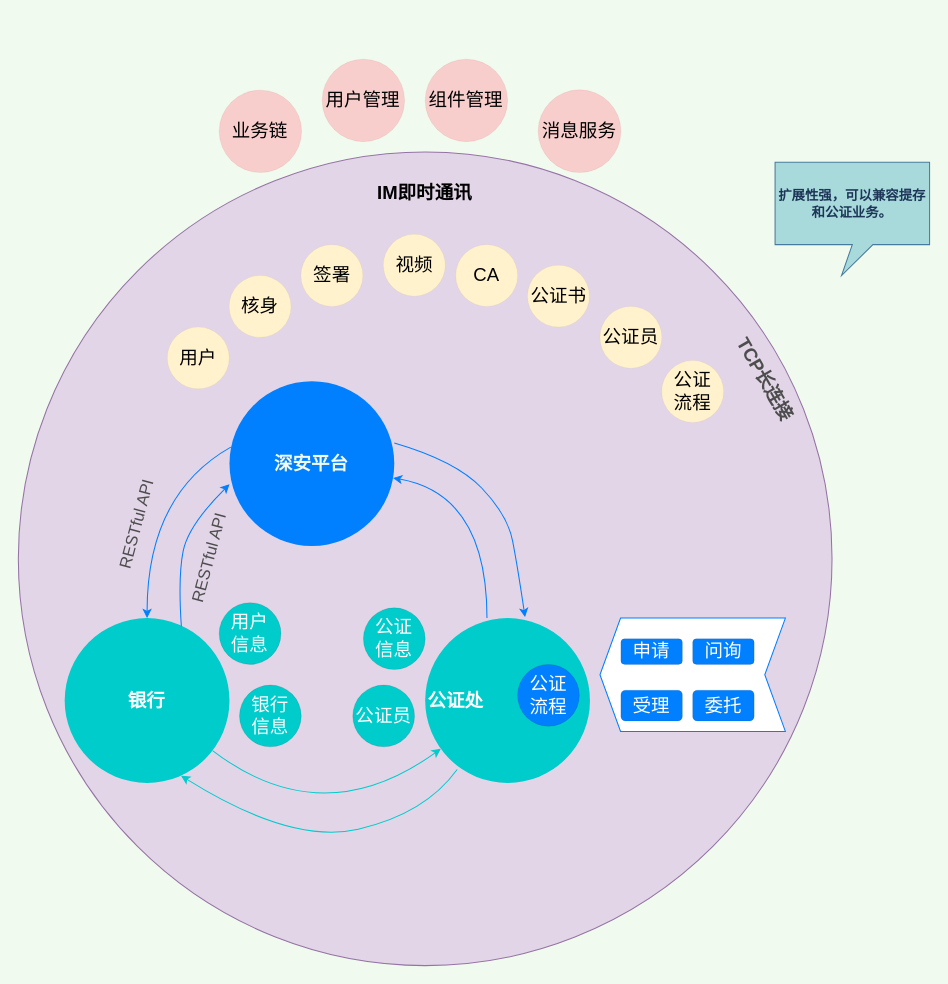
Above: page "完善赋强讨论" (2 of 2) of 赋强创新思路.drawio in wuyongfeng/wuyongfeng (draw.io), before the change. Source tidied: cells renumbered, new cells numbered last; positions are measured from the earlier drawing's top-left corner, leaving out a move shared by most shapes. Both pictures are drawn from the tidied source at 103%, with x=0, y=0 at pixel (18, 59).
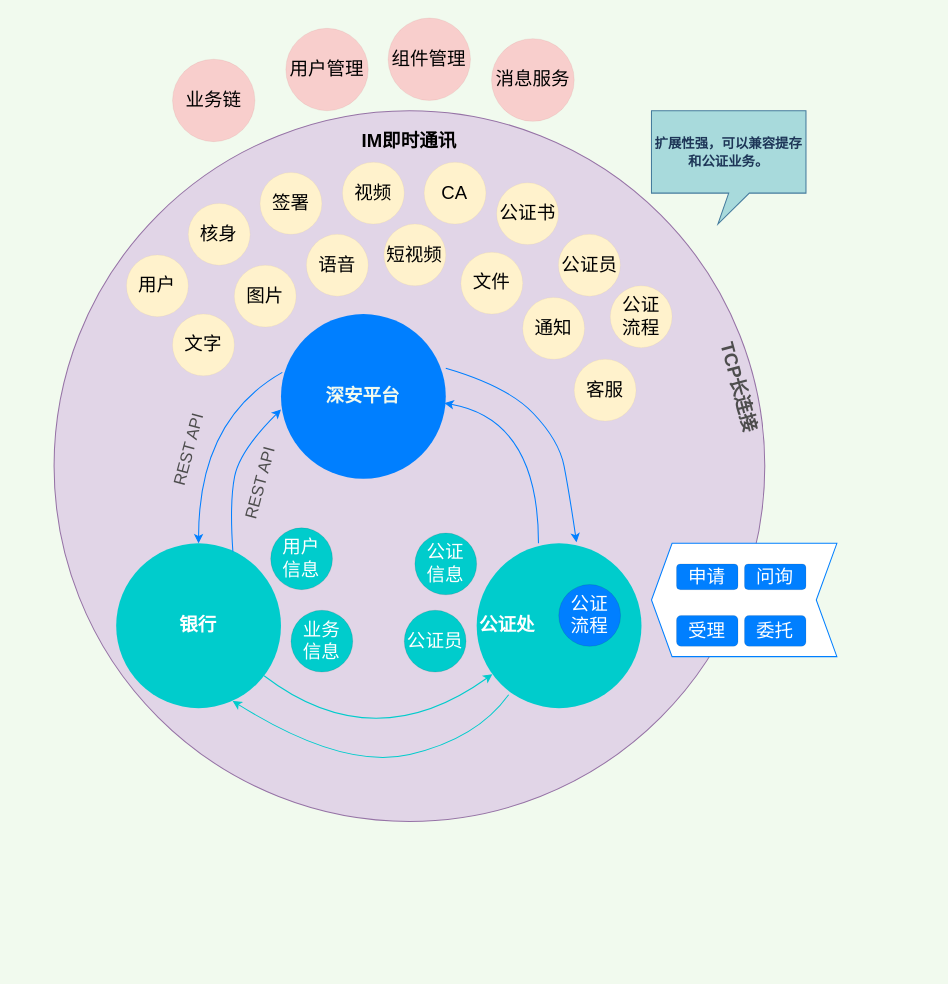
Above is the later version.

Diff of the diagram source:
```diff
@@
     <mxCell id="2" style="ellipse;whiteSpace=wrap;html=1;shadow=0;labelBackgroundColor=none;sketch=0;fontSize=18;strokeWidth=1;strokeColor=#9673a6;fillColor=#e1d5e7;" parent="1" vertex="1">
-      <mxGeometry x="0.3" y="90" width="790" height="790" as="geometry" />
+      <mxGeometry x="35" y="50" width="690" height="690" as="geometry" />
     </mxCell>
     <mxCell id="3" style="ellipse;whiteSpace=wrap;html=1;fillColor=#00CCCC;fontColor=#FFFFFF;strokeColor=none;fontStyle=1;fontSize=18;" parent="1" vertex="1">
-      <mxGeometry x="395.3" y="542.6" width="160" height="160" as="geometry" />
+      <mxGeometry x="445.3" y="470" width="160" height="160" as="geometry" />
     </mxCell>
     <mxCell id="4" value="深安平台" style="ellipse;whiteSpace=wrap;html=1;fillColor=#007FFF;fontColor=#F1FAEE;strokeColor=none;fontStyle=1;fontSize=18;" parent="1" vertex="1">
-      <mxGeometry x="205.3" y="312.6" width="160" height="160" as="geometry" />
+      <mxGeometry x="255.3" y="247.4" width="160" height="160" as="geometry" />
     </mxCell>
     <mxCell id="5" value="银行" style="ellipse;whiteSpace=wrap;html=1;fillColor=#00CCCC;fontColor=#FFFFFF;strokeColor=none;fontStyle=1;fontSize=18;strokeWidth=0;gradientColor=none;shadow=0;sketch=0;" parent="1" vertex="1">
-      <mxGeometry x="45.3" y="542.6" width="160" height="160" as="geometry" />
+      <mxGeometry x="95.3" y="470" width="160" height="160" as="geometry" />
     </mxCell>
-    <mxCell id="6" style="curved=1;endArrow=classic;html=1;fontSize=18;fontColor=#FFFFFF;entryX=0.5;entryY=0;entryDx=0;entryDy=0;exitX=0.008;exitY=0.4;exitDx=0;exitDy=0;exitPerimeter=0;strokeColor=#007FFF;" parent="1" edge="1" source="4" target="5">
+    <mxCell id="6" style="curved=1;endArrow=classic;html=1;fontSize=18;fontColor=#FFFFFF;entryX=0.5;entryY=0;entryDx=0;entryDy=0;exitX=0.008;exitY=0.4;exitDx=0;exitDy=0;exitPerimeter=0;strokeColor=#007FFF;" parent="1" edge="1" target="5">
       <mxGeometry relative="1" as="geometry">
+        <mxPoint x="256.6" y="304" as="sourcePoint" />
         <Array as="points">
-          <mxPoint x="125.3" y="422.6" />
+          <mxPoint x="175.3" y="350" />
         </Array>
       </mxGeometry>
     </mxCell>
-    <mxCell id="7" style="curved=1;endArrow=classic;html=1;fontSize=18;fontColor=#FFFFFF;entryX=0;entryY=0.625;entryDx=0;entryDy=0;entryPerimeter=0;exitX=0.708;exitY=0.05;exitDx=0;exitDy=0;exitPerimeter=0;strokeColor=#007FFF;" parent="1" edge="1" source="5" target="4">
+    <mxCell id="7" style="curved=1;endArrow=classic;html=1;fontSize=18;fontColor=#FFFFFF;entryX=0;entryY=0.625;entryDx=0;entryDy=0;entryPerimeter=0;exitX=0.708;exitY=0.05;exitDx=0;exitDy=0;exitPerimeter=0;strokeColor=#007FFF;" parent="1" edge="1" source="5">
       <mxGeometry relative="1" as="geometry">
+        <mxPoint x="255.3" y="340" as="targetPoint" />
         <Array as="points">
-          <mxPoint x="155.3" y="502.6" />
-          <mxPoint x="165.3" y="452.6" />
+          <mxPoint x="205.3" y="430" />
+          <mxPoint x="215.3" y="380" />
         </Array>
       </mxGeometry>
     </mxCell>
     <mxCell id="8" style="curved=1;endArrow=classic;html=1;fontFamily=Helvetica;fontSize=18;fontColor=#FFFFFF;align=center;strokeColor=#00CCCC;" parent="1" edge="1" source="5" target="3">
       <mxGeometry relative="1" as="geometry">
         <Array as="points">
-          <mxPoint x="295.3" y="752.6" />
+          <mxPoint x="345.3" y="680" />
         </Array>
       </mxGeometry>
     </mxCell>
     <mxCell id="9" style="curved=1;endArrow=classic;html=1;fontSize=18;fontColor=#FFFFFF;entryX=0.706;entryY=0.956;entryDx=0;entryDy=0;entryPerimeter=0;exitX=0.194;exitY=0.919;exitDx=0;exitDy=0;exitPerimeter=0;strokeColor=#00CCCC;" parent="1" edge="1" source="3" target="5">
       <mxGeometry relative="1" as="geometry">
         <Array as="points">
-          <mxPoint x="395.3" y="732.6" />
-          <mxPoint x="265.3" y="762.6" />
+          <mxPoint x="445.3" y="660" />
+          <mxPoint x="315.3" y="690" />
         </Array>
       </mxGeometry>
     </mxCell>
-    <mxCell id="10" style="curved=1;endArrow=classic;html=1;fontSize=18;fontColor=#FFFFFF;strokeColor=#007FFF;" parent="1" edge="1" target="4">
+    <mxCell id="10" style="curved=1;endArrow=classic;html=1;fontSize=18;fontColor=#FFFFFF;strokeColor=#007FFF;" parent="1" edge="1">
       <mxGeometry relative="1" as="geometry">
-        <mxPoint x="455.3" y="542.6" as="sourcePoint" />
+        <mxPoint x="505.3" y="470" as="sourcePoint" />
+        <mxPoint x="414.1" y="333.9" as="targetPoint" />
         <Array as="points">
-          <mxPoint x="455.3" y="422.6" />
+          <mxPoint x="505.3" y="350" />
         </Array>
       </mxGeometry>
     </mxCell>
-    <mxCell id="11" style="curved=1;endArrow=classic;html=1;fontSize=18;fontColor=#FFFFFF;exitX=1;exitY=0.375;exitDx=0;exitDy=0;exitPerimeter=0;entryX=0.606;entryY=-0.006;entryDx=0;entryDy=0;entryPerimeter=0;strokeColor=#007FFF;" parent="1" edge="1" source="4" target="3">
+    <mxCell id="11" style="curved=1;endArrow=classic;html=1;fontSize=18;fontColor=#FFFFFF;exitX=1;exitY=0.375;exitDx=0;exitDy=0;exitPerimeter=0;entryX=0.606;entryY=-0.006;entryDx=0;entryDy=0;entryPerimeter=0;strokeColor=#007FFF;" parent="1" edge="1" target="3">
       <mxGeometry relative="1" as="geometry">
+        <mxPoint x="415.3" y="300" as="sourcePoint" />
         <Array as="points">
-          <mxPoint x="425" y="390" />
-          <mxPoint x="475.3" y="442.6" />
-          <mxPoint x="485" y="492.6" />
+          <mxPoint x="475" y="317.4" />
+          <mxPoint x="525.3" y="370" />
+          <mxPoint x="535" y="420" />
         </Array>
       </mxGeometry>
     </mxCell>
     <mxCell id="12" value="公证&lt;br&gt;流程" style="ellipse;whiteSpace=wrap;html=1;shadow=0;sketch=0;fontSize=18;strokeWidth=0;fillColor=#fff2cc;strokeColor=#d6b656;" parent="1" vertex="1">
-      <mxGeometry x="625" y="292.6" width="60" height="60" as="geometry" />
+      <mxGeometry x="575" y="220" width="60" height="60" as="geometry" />
     </mxCell>
     <mxCell id="13" value="&lt;span style=&quot;font-weight: 700&quot;&gt;公证处&lt;/span&gt;" style="text;html=1;strokeColor=none;fillColor=none;align=center;verticalAlign=middle;whiteSpace=wrap;rounded=0;shadow=0;sketch=0;fontSize=18;fontColor=#FFFFFF;" parent="1" vertex="1">
-      <mxGeometry x="395.3" y="607.6" width="60" height="30" as="geometry" />
+      <mxGeometry x="445.3" y="535" width="60" height="30" as="geometry" />
     </mxCell>
-    <mxCell id="14" style="shape=step;perimeter=stepPerimeter;whiteSpace=wrap;html=1;fixedSize=1;shadow=0;sketch=0;fontSize=18;strokeWidth=1;direction=west;size=20;strokeColor=#007FFF;" parent="1" vertex="1">
-      <mxGeometry x="565" y="542.6" width="180" height="110" as="geometry" />
+    <mxCell id="14" style="shape=step;perimeter=stepPerimeter;whiteSpace=wrap;html=1;fixedSize=1;shadow=0;sketch=0;fontSize=18;strokeWidth=1;direction=west;size=20;strokeColor=#007FFF;rotation=0;" parent="1" vertex="1">
+      <mxGeometry x="615" y="470" width="180" height="110" as="geometry" />
     </mxCell>
     <mxCell id="15" value="委托" style="rounded=1;whiteSpace=wrap;html=1;shadow=0;sketch=0;fontSize=18;fontColor=#FFFFFF;strokeColor=default;strokeWidth=0;fillColor=#007FFF;gradientColor=none;" parent="1" vertex="1">
-      <mxGeometry x="655" y="612.6" width="59.7" height="30" as="geometry" />
+      <mxGeometry x="705.3" y="540" width="59.7" height="30" as="geometry" />
     </mxCell>
     <mxCell id="16" value="受理" style="rounded=1;whiteSpace=wrap;html=1;shadow=0;sketch=0;fontSize=18;fontColor=#FFFFFF;strokeColor=default;strokeWidth=0;fillColor=#007FFF;gradientColor=none;" parent="1" vertex="1">
-      <mxGeometry x="585.3" y="612.6" width="59.7" height="30" as="geometry" />
+      <mxGeometry x="639.3" y="540" width="59.7" height="30" as="geometry" />
     </mxCell>
     <mxCell id="17" value="问询" style="rounded=1;whiteSpace=wrap;html=1;shadow=0;sketch=0;fontSize=18;fontColor=#FFFFFF;strokeColor=default;strokeWidth=0;fillColor=#007FFF;gradientColor=none;" parent="1" vertex="1">
-      <mxGeometry x="655" y="562.6" width="59.7" height="25" as="geometry" />
+      <mxGeometry x="705.3" y="490" width="59.7" height="25" as="geometry" />
     </mxCell>
     <mxCell id="18" value="申请" style="rounded=1;whiteSpace=wrap;html=1;shadow=0;sketch=0;fontSize=18;fontColor=#FFFFFF;strokeColor=default;strokeWidth=0;fillColor=#007FFF;gradientColor=none;" parent="1" vertex="1">
-      <mxGeometry x="585.3" y="562.6" width="59.7" height="25" as="geometry" />
+      <mxGeometry x="639.3" y="490" width="59.7" height="25" as="geometry" />
     </mxCell>
     <mxCell id="19" value="公证&lt;br&gt;信息" style="ellipse;whiteSpace=wrap;html=1;shadow=0;sketch=0;fontSize=18;fontColor=#FFFFFF;strokeColor=default;strokeWidth=0;fillColor=#00CCCC;gradientColor=none;" parent="1" vertex="1">
-      <mxGeometry x="335.3" y="532.6" width="60" height="60" as="geometry" />
+      <mxGeometry x="385.3" y="460" width="60" height="60" as="geometry" />
     </mxCell>
     <mxCell id="20" value="公证员" style="ellipse;whiteSpace=wrap;html=1;shadow=0;sketch=0;fontSize=18;strokeWidth=0;fillColor=#fff2cc;strokeColor=#d6b656;" parent="1" vertex="1">
-      <mxGeometry x="565" y="240" width="60" height="60" as="geometry" />
+      <mxGeometry x="524.7" y="170" width="60" height="60" as="geometry" />
     </mxCell>
-    <mxCell id="21" value="&lt;span style=&quot;color: rgb(77, 77, 77); font-size: 16px;&quot;&gt;RESTful API&lt;/span&gt;" style="text;html=1;strokeColor=none;fillColor=none;align=center;verticalAlign=middle;whiteSpace=wrap;rounded=0;shadow=0;sketch=0;fontSize=18;rotation=-75;labelBackgroundColor=none;" parent="1" vertex="1">
-      <mxGeometry x="105" y="472.6" width="160.3" height="22.6" as="geometry" />
+    <mxCell id="21" value="&lt;span style=&quot;color: rgb(77 , 77 , 77) ; font-size: 16px&quot;&gt;REST API&lt;/span&gt;" style="text;html=1;strokeColor=none;fillColor=none;align=center;verticalAlign=middle;whiteSpace=wrap;rounded=0;shadow=0;sketch=0;fontSize=18;rotation=-75;labelBackgroundColor=none;" parent="1" vertex="1">
+      <mxGeometry x="155" y="400" width="160.3" height="22.6" as="geometry" />
     </mxCell>
-    <mxCell id="22" value="&lt;span style=&quot;color: rgb(77, 77, 77); font-size: 16px;&quot;&gt;RESTful API&lt;/span&gt;" style="text;html=1;strokeColor=none;fillColor=none;align=center;verticalAlign=middle;whiteSpace=wrap;rounded=0;shadow=0;sketch=0;fontSize=18;rotation=-75;labelBackgroundColor=none;" parent="1" vertex="1">
-      <mxGeometry x="35" y="440" width="160.3" height="22.6" as="geometry" />
+    <mxCell id="22" value="&lt;span style=&quot;color: rgb(77 , 77 , 77) ; font-size: 16px&quot;&gt;REST API&lt;/span&gt;" style="text;html=1;strokeColor=none;fillColor=none;align=center;verticalAlign=middle;whiteSpace=wrap;rounded=0;shadow=0;sketch=0;fontSize=18;rotation=-75;labelBackgroundColor=none;" parent="1" vertex="1">
+      <mxGeometry x="85" y="367.4" width="160.3" height="22.6" as="geometry" />
     </mxCell>
-    <mxCell id="23" value="银行&lt;br&gt;信息" style="ellipse;whiteSpace=wrap;html=1;shadow=0;sketch=0;fontSize=18;fontColor=#FFFFFF;strokeColor=default;strokeWidth=0;fillColor=#00CCCC;gradientColor=none;" parent="1" vertex="1">
-      <mxGeometry x="215" y="607.6" width="60" height="60" as="geometry" />
+    <mxCell id="23" value="业务&lt;br&gt;信息" style="ellipse;whiteSpace=wrap;html=1;shadow=0;sketch=0;fontSize=18;fontColor=#FFFFFF;strokeColor=default;strokeWidth=0;fillColor=#00CCCC;gradientColor=none;" parent="1" vertex="1">
+      <mxGeometry x="265" y="535" width="60" height="60" as="geometry" />
     </mxCell>
     <mxCell id="24" value="IM即时通讯" style="text;html=1;strokeColor=none;fillColor=none;align=center;verticalAlign=middle;whiteSpace=wrap;rounded=0;shadow=0;labelBackgroundColor=none;sketch=0;fontSize=18;fontColor=#000000;fontStyle=1;" parent="1" vertex="1">
-      <mxGeometry x="345" y="110" width="100" height="40" as="geometry" />
+      <mxGeometry x="330" y="60" width="100" height="40" as="geometry" />
     </mxCell>
     <mxCell id="25" value="公证&lt;br&gt;流程" style="ellipse;whiteSpace=wrap;html=1;shadow=0;sketch=0;fontSize=18;fontColor=#FFFFFF;strokeColor=default;strokeWidth=0;fillColor=#007FFF;gradientColor=none;" parent="1" vertex="1">
-      <mxGeometry x="485" y="587.6" width="60" height="60" as="geometry" />
+      <mxGeometry x="525" y="510" width="60" height="60" as="geometry" />
     </mxCell>
     <mxCell id="26" value="用户&lt;br&gt;信息" style="ellipse;whiteSpace=wrap;html=1;shadow=0;sketch=0;fontSize=18;fontColor=#FFFFFF;strokeColor=default;strokeWidth=0;fillColor=#00CCCC;gradientColor=none;" parent="1" vertex="1">
-      <mxGeometry x="195.3" y="527.6" width="60" height="60" as="geometry" />
+      <mxGeometry x="245.3" y="455" width="60" height="60" as="geometry" />
     </mxCell>
     <mxCell id="27" value="公证员" style="ellipse;whiteSpace=wrap;html=1;shadow=0;sketch=0;fontSize=18;fontColor=#FFFFFF;strokeColor=default;strokeWidth=0;fillColor=#00CCCC;gradientColor=none;" parent="1" vertex="1">
-      <mxGeometry x="325" y="607.6" width="60" height="60" as="geometry" />
+      <mxGeometry x="375" y="535" width="60" height="60" as="geometry" />
     </mxCell>
     <mxCell id="28" value="组件管理" style="ellipse;whiteSpace=wrap;html=1;shadow=0;sketch=0;fontSize=18;strokeColor=#b85450;strokeWidth=0;fillColor=#f8cecc;" parent="1" vertex="1">
-      <mxGeometry x="395.3" width="80" height="80" as="geometry" />
+      <mxGeometry x="359.3" y="-40" width="80" height="80" as="geometry" />
     </mxCell>
     <mxCell id="29" value="消息服务" style="ellipse;whiteSpace=wrap;html=1;shadow=0;sketch=0;fontSize=18;strokeColor=#b85450;strokeWidth=0;fillColor=#f8cecc;" parent="1" vertex="1">
-      <mxGeometry x="505" y="29.7" width="80.3" height="80.3" as="geometry" />
+      <mxGeometry x="459.7" y="-20" width="80.3" height="80.3" as="geometry" />
     </mxCell>
     <mxCell id="30" value="用户管理" style="ellipse;whiteSpace=wrap;html=1;shadow=0;sketch=0;fontSize=18;strokeColor=#b85450;strokeWidth=0;fillColor=#f8cecc;" parent="1" vertex="1">
-      <mxGeometry x="295.3" width="80" height="80" as="geometry" />
+      <mxGeometry x="260" y="-30" width="80" height="80" as="geometry" />
     </mxCell>
     <mxCell id="31" value="业务链" style="ellipse;whiteSpace=wrap;html=1;shadow=0;sketch=0;fontSize=18;strokeColor=#b85450;strokeWidth=0;fillColor=#f8cecc;" parent="1" vertex="1">
-      <mxGeometry x="195.3" y="30" width="80" height="80" as="geometry" />
+      <mxGeometry x="150" width="80" height="80" as="geometry" />
     </mxCell>
-    <mxCell id="32" value="&lt;span style=&quot;color: rgb(77, 77, 77); font-size: 18px;&quot;&gt;TCP长连接&lt;/span&gt;" style="text;html=1;strokeColor=none;fillColor=none;align=center;verticalAlign=middle;whiteSpace=wrap;rounded=0;shadow=0;sketch=0;fontSize=18;rotation=60;labelBackgroundColor=none;fontStyle=1;" parent="1" vertex="1">
-      <mxGeometry x="565" y="300" width="320" height="22.6" as="geometry" />
+    <mxCell id="32" value="&lt;span style=&quot;color: rgb(77, 77, 77); font-size: 18px;&quot;&gt;TCP长连接&lt;/span&gt;" style="text;html=1;strokeColor=none;fillColor=none;align=center;verticalAlign=middle;whiteSpace=wrap;rounded=0;shadow=0;sketch=0;fontSize=18;rotation=75;labelBackgroundColor=none;fontStyle=1;" parent="1" vertex="1">
+      <mxGeometry x="540" y="307.4" width="320" height="22.6" as="geometry" />
     </mxCell>
+    <mxCell id="38" value="公证书" style="ellipse;whiteSpace=wrap;html=1;shadow=0;sketch=0;fontSize=18;strokeWidth=0;fillColor=#fff2cc;strokeColor=#d6b656;" parent="1" vertex="1">
+      <mxGeometry x="464.7" y="120" width="60" height="60" as="geometry" />
+    </mxCell>
+    <mxCell id="39" value="&lt;div&gt;&lt;div&gt;&lt;span style=&quot;font-family: &amp;#34;larkhacksafarifont&amp;#34; , &amp;#34;larkemojifont&amp;#34; , &amp;#34;larkchinesequote&amp;#34; , , &amp;#34;blinkmacsystemfont&amp;#34; , &amp;#34;helvetica neue&amp;#34; , &amp;#34;arial&amp;#34; , &amp;#34;segoe ui&amp;#34; , &amp;#34;pingfang sc&amp;#34; , &amp;#34;microsoft yahei&amp;#34; , &amp;#34;hiragino sans gb&amp;#34; , sans-serif , &amp;#34;apple color emoji&amp;#34; , &amp;#34;segoe ui emoji&amp;#34; , &amp;#34;segoe ui symbol&amp;#34; , &amp;#34;noto color emoji&amp;#34;&quot;&gt;&lt;span style=&quot;font-size: 13px&quot;&gt;扩展性强，可以兼容提存和公证业务。&lt;/span&gt;&lt;/span&gt;&lt;/div&gt;&lt;/div&gt;" style="shape=callout;whiteSpace=wrap;html=1;perimeter=calloutPerimeter;labelBackgroundColor=none;labelBorderColor=none;fontSize=14;fillColor=#A8DADC;strokeColor=#457B9D;fontColor=#1D3557;fontStyle=1;rotation=0;position2=0.43;" parent="1" vertex="1">
+      <mxGeometry x="615" y="50" width="150" height="110" as="geometry" />
+    </mxCell>
     <mxCell id="33" value="用户" style="ellipse;whiteSpace=wrap;html=1;shadow=0;sketch=0;fontSize=18;strokeWidth=0;fillColor=#fff2cc;strokeColor=#d6b656;" parent="1" vertex="1">
-      <mxGeometry x="145" y="260" width="60" height="60" as="geometry" />
+      <mxGeometry x="105.3" y="190" width="60" height="60" as="geometry" />
     </mxCell>
     <mxCell id="34" value="核身" style="ellipse;whiteSpace=wrap;html=1;shadow=0;sketch=0;fontSize=18;strokeWidth=0;fillColor=#fff2cc;strokeColor=#d6b656;" parent="1" vertex="1">
-      <mxGeometry x="205" y="210" width="60" height="60" as="geometry" />
+      <mxGeometry x="165.3" y="140" width="60" height="60" as="geometry" />
     </mxCell>
     <mxCell id="35" value="签署" style="ellipse;whiteSpace=wrap;html=1;shadow=0;sketch=0;fontSize=18;strokeWidth=0;fillColor=#fff2cc;strokeColor=#d6b656;" parent="1" vertex="1">
-      <mxGeometry x="274.7" y="180" width="60" height="60" as="geometry" />
+      <mxGeometry x="235" y="110" width="60" height="60" as="geometry" />
     </mxCell>
     <mxCell id="36" value="视频" style="ellipse;whiteSpace=wrap;html=1;shadow=0;sketch=0;fontSize=18;strokeWidth=0;fillColor=#fff2cc;strokeColor=#d6b656;" parent="1" vertex="1">
-      <mxGeometry x="354.7" y="170" width="60" height="60" as="geometry" />
+      <mxGeometry x="315" y="100" width="60" height="60" as="geometry" />
     </mxCell>
     <mxCell id="37" value="CA" style="ellipse;whiteSpace=wrap;html=1;shadow=0;sketch=0;fontSize=18;strokeWidth=0;fillColor=#fff2cc;strokeColor=#d6b656;" parent="1" vertex="1">
-      <mxGeometry x="425" y="180" width="60" height="60" as="geometry" />
+      <mxGeometry x="394.3" y="100" width="60" height="60" as="geometry" />
     </mxCell>
-    <mxCell id="38" value="公证书" style="ellipse;whiteSpace=wrap;html=1;shadow=0;sketch=0;fontSize=18;strokeWidth=0;fillColor=#fff2cc;strokeColor=#d6b656;" parent="1" vertex="1">
-      <mxGeometry x="494.7" y="200" width="60" height="60" as="geometry" />
-    </mxCell>
-    <mxCell id="39" value="&lt;div&gt;&lt;div&gt;&lt;span style=&quot;font-family: &amp;#34;larkhacksafarifont&amp;#34; , &amp;#34;larkemojifont&amp;#34; , &amp;#34;larkchinesequote&amp;#34; , , &amp;#34;blinkmacsystemfont&amp;#34; , &amp;#34;helvetica neue&amp;#34; , &amp;#34;arial&amp;#34; , &amp;#34;segoe ui&amp;#34; , &amp;#34;pingfang sc&amp;#34; , &amp;#34;microsoft yahei&amp;#34; , &amp;#34;hiragino sans gb&amp;#34; , sans-serif , &amp;#34;apple color emoji&amp;#34; , &amp;#34;segoe ui emoji&amp;#34; , &amp;#34;segoe ui symbol&amp;#34; , &amp;#34;noto color emoji&amp;#34;&quot;&gt;&lt;span style=&quot;font-size: 13px&quot;&gt;扩展性强，可以兼容提存和公证业务。&lt;/span&gt;&lt;/span&gt;&lt;/div&gt;&lt;/div&gt;" style="shape=callout;whiteSpace=wrap;html=1;perimeter=calloutPerimeter;labelBackgroundColor=none;labelBorderColor=none;fontSize=14;fillColor=#A8DADC;strokeColor=#457B9D;fontColor=#1D3557;fontStyle=1;rotation=0;position2=0.43;" parent="1" vertex="1">
-      <mxGeometry x="735" y="100" width="150" height="110" as="geometry" />
-    </mxCell>
+    <mxCell id="40" value="文字" style="ellipse;whiteSpace=wrap;html=1;shadow=0;sketch=0;fontSize=18;strokeWidth=0;fillColor=#fff2cc;strokeColor=#d6b656;" parent="1" vertex="1">
+      <mxGeometry x="150" y="247.4" width="60" height="60" as="geometry" />
+    </mxCell>
+    <mxCell id="41" value="图片" style="ellipse;whiteSpace=wrap;html=1;shadow=0;sketch=0;fontSize=18;strokeWidth=0;fillColor=#fff2cc;strokeColor=#d6b656;" parent="1" vertex="1">
+      <mxGeometry x="210" y="200" width="60" height="60" as="geometry" />
+    </mxCell>
+    <mxCell id="42" value="语音" style="ellipse;whiteSpace=wrap;html=1;shadow=0;sketch=0;fontSize=18;strokeWidth=0;fillColor=#fff2cc;strokeColor=#d6b656;" parent="1" vertex="1">
+      <mxGeometry x="280" y="170" width="60" height="60" as="geometry" />
+    </mxCell>
+    <mxCell id="43" value="短视频" style="ellipse;whiteSpace=wrap;html=1;shadow=0;sketch=0;fontSize=18;strokeWidth=0;fillColor=#fff2cc;strokeColor=#d6b656;" parent="1" vertex="1">
+      <mxGeometry x="355.3" y="160" width="60" height="60" as="geometry" />
+    </mxCell>
+    <mxCell id="44" value="文件" style="ellipse;whiteSpace=wrap;html=1;shadow=0;sketch=0;fontSize=18;strokeWidth=0;fillColor=#fff2cc;strokeColor=#d6b656;" parent="1" vertex="1">
+      <mxGeometry x="430" y="187.4" width="60" height="60" as="geometry" />
+    </mxCell>
+    <mxCell id="45" value="通知" style="ellipse;whiteSpace=wrap;html=1;shadow=0;sketch=0;fontSize=18;strokeWidth=0;fillColor=#fff2cc;strokeColor=#d6b656;" parent="1" vertex="1">
+      <mxGeometry x="490" y="231.3" width="60" height="60" as="geometry" />
+    </mxCell>
+    <mxCell id="46" value="客服" style="ellipse;whiteSpace=wrap;html=1;shadow=0;sketch=0;fontSize=18;strokeWidth=0;fillColor=#fff2cc;strokeColor=#d6b656;" parent="1" vertex="1">
+      <mxGeometry x="540" y="291.3" width="60" height="60" as="geometry" />
+    </mxCell>
```
